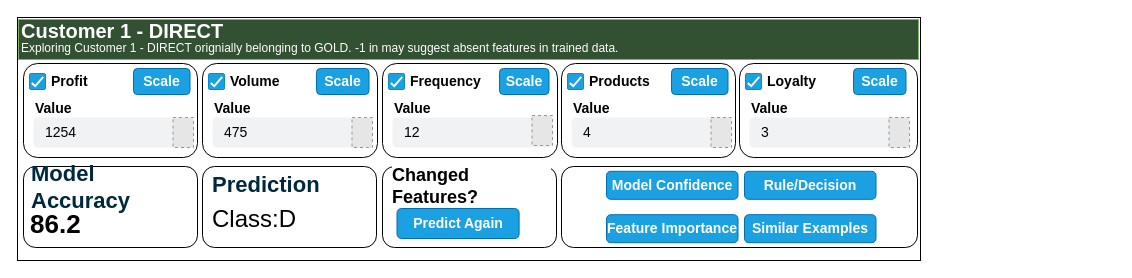
The draw.io diagram page "Page-1" (1 of 2) of ext/i_rel_03.drawio in raeeschaudhary/Coursera_Exams, before the edit. Source tidied: cells renumbered, new cells numbered last; positions are measured from the earlier drawing's top-left corner, leaving out a move shared by most shapes. Both pictures are drawn from the tidied source at 100%, with x=0, y=0 at pixel (17, 17). Pictures stored in the file or linked from it are replaced by grey dashed boxes.
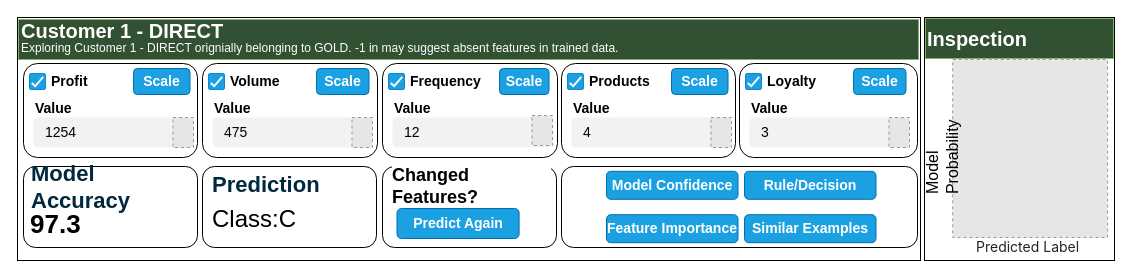
After the change.

What changed in the source:
```diff
@@
-    <mxCell id="51" value="86.2" style="text;html=1;align=left;verticalAlign=middle;whiteSpace=wrap;rounded=0;fontSize=26;fontFamily=corbel;fontStyle=1;" parent="1" vertex="1">
+    <mxCell id="51" value="97.3" style="text;html=1;align=left;verticalAlign=middle;whiteSpace=wrap;rounded=0;fontSize=26;fontFamily=corbel;fontStyle=1;" parent="1" vertex="1">
       <mxGeometry x="10.6" y="192" width="94.4" height="29" as="geometry" />
     </mxCell>
@@
-    <mxCell id="54" value="Class:D" style="text;html=1;align=left;verticalAlign=middle;whiteSpace=wrap;rounded=0;fontSize=24;fontFamily=corbel;" parent="1" vertex="1">
+    <mxCell id="54" value="Class:C" style="text;html=1;align=left;verticalAlign=middle;whiteSpace=wrap;rounded=0;fontSize=24;fontFamily=corbel;" parent="1" vertex="1">
       <mxGeometry x="192.6" y="194" width="94.4" height="15" as="geometry" />
     </mxCell>
@@
+    <mxCell id="60" style="rounded=0;whiteSpace=wrap;html=1;fillColor=none;fontFamily=corbel;" parent="1" vertex="1">
+      <mxGeometry x="907" width="190" height="243" as="geometry" />
+    </mxCell>
+    <mxCell id="61" style="fillColor=#E6E6E6;strokeColor=#999999;dashed=1;verticalLabelPosition=bottom;labelBackgroundColor=default;verticalAlign=top;" parent="1" vertex="1">
+      <mxGeometry x="935.2" y="42" width="154.9" height="178" as="geometry" />
+    </mxCell>
+    <mxCell id="62" style="rounded=0;whiteSpace=wrap;html=1;fillColor=light-dark(#325032, #1f2f1e);fillStyle=solid;strokeColor=#82b366;fontFamily=corbel;labelBorderColor=none;align=center;verticalAlign=middle;fontSize=12;fontColor=default;" parent="1" vertex="1">
+      <mxGeometry x="908" y="1" width="188" height="40" as="geometry" />
+    </mxCell>
+    <mxCell id="63" value="Inspection" style="text;html=1;align=left;verticalAlign=middle;whiteSpace=wrap;rounded=0;fontColor=light-dark(#FFFFFF,#5EB5E1);fontStyle=1;fontSize=20;fontFamily=corbel;" parent="1" vertex="1">
+      <mxGeometry x="908" y="11" width="160" height="20" as="geometry" />
+    </mxCell>
+    <mxCell id="64" value="Model Probability" style="text;html=1;align=left;verticalAlign=middle;whiteSpace=wrap;rounded=0;fontSize=16;fontFamily=corbel;fontStyle=0;rotation=-90;" parent="1" vertex="1">
+      <mxGeometry x="863.8" y="107.4" width="122.9" height="20" as="geometry" />
+    </mxCell>
+    <mxCell id="65" value="&lt;span style=&quot;color: rgb(33, 37, 41); font-family: -apple-system, BlinkMacSystemFont, &amp;quot;Segoe UI&amp;quot;, Roboto, Helvetica, Arial, sans-serif, &amp;quot;Apple Color Emoji&amp;quot;, &amp;quot;Segoe UI Emoji&amp;quot;; background-color: rgb(255, 255, 255);&quot;&gt;Predicted Label&lt;/span&gt;" style="text;html=1;align=left;verticalAlign=middle;whiteSpace=wrap;rounded=0;fontSize=14;fontFamily=corbel;fontStyle=0;" parent="1" vertex="1">
+      <mxGeometry x="957" y="220" width="122.2" height="20" as="geometry" />
+    </mxCell>
```
